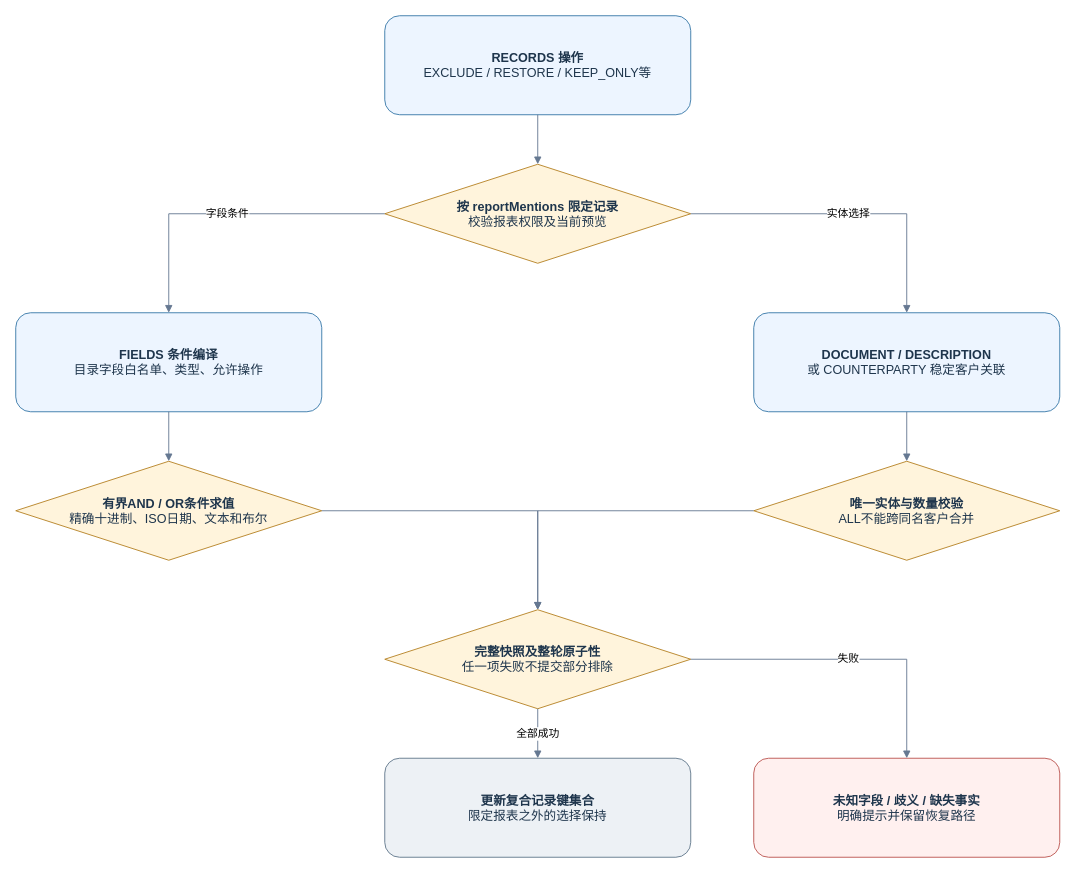
Above: page "03 配置字段与实体选择" (3 of 12) of docs/diagrams/demo-final/demo-final.drawio in QSZJAVA/agent_demo (draw.io), before the change. Source tidied: cells renumbered, new cells numbered last; positions are measured from the earlier drawing's top-left corner, leaving out a move shared by most shapes. Both pictures are drawn from the tidied source at 90%, with x=0, y=0 at pixel (15, 15).
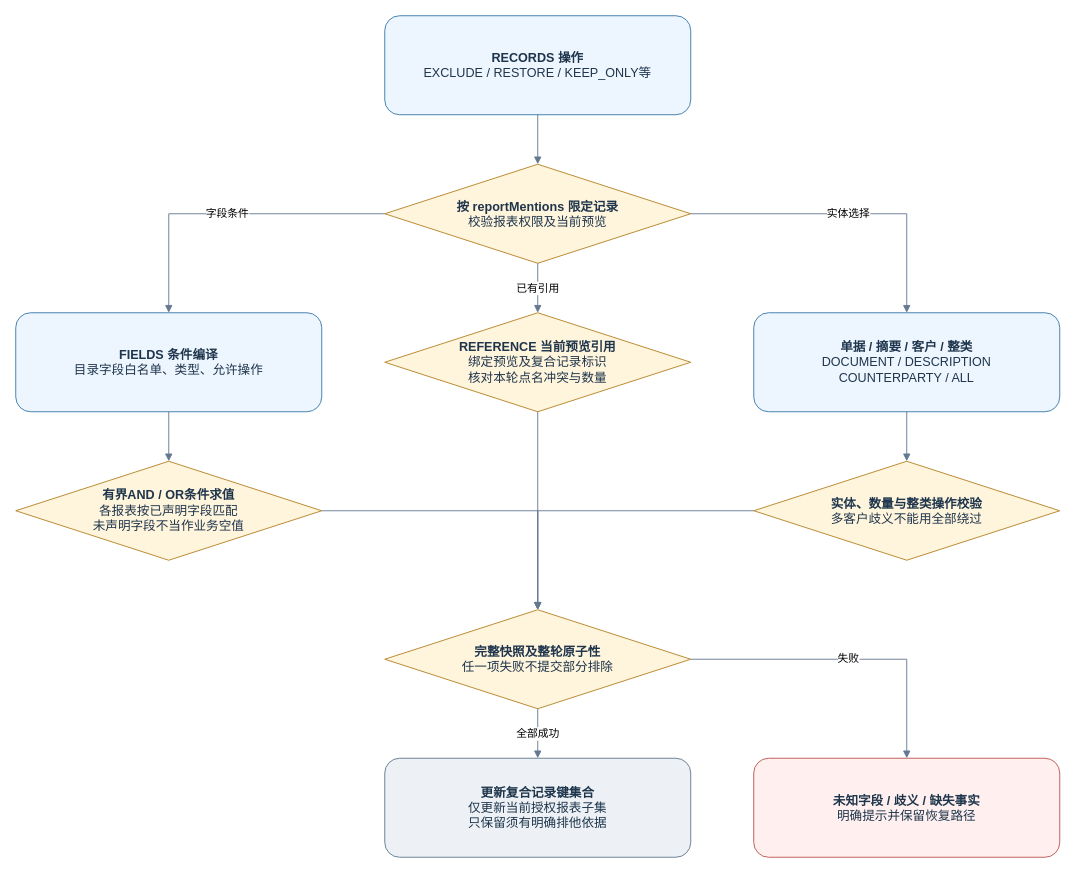
The same diagram, later.

The change refers to these unchanged cells:
```xml
<mxCell id="3" value="&lt;b&gt;按 reportMentions 限定记录&lt;/b&gt;&lt;br&gt;校验报表权限及当前预览" style="rhombus;whiteSpace=wrap;html=1;fillColor=#fff4dc;strokeColor=#b58022;fontColor=#1e354c;fontFamily=Microsoft YaHei;fontSize=14;" parent="1" vertex="1">
  <mxGeometry x="410" y="165" width="340" height="110" as="geometry" />
</mxCell>
<mxCell id="8" value="&lt;b&gt;完整快照及整轮原子性&lt;/b&gt;&lt;br&gt;任一项失败不提交部分排除" style="rhombus;whiteSpace=wrap;html=1;fillColor=#fff4dc;strokeColor=#b58022;fontColor=#1e354c;fontFamily=Microsoft YaHei;fontSize=14;" parent="1" vertex="1">
  <mxGeometry x="410" y="660" width="340" height="110" as="geometry" />
</mxCell>
```

What changed in the source:
```diff
@@
-    <mxCell id="5" value="&lt;b&gt;DOCUMENT / DESCRIPTION&lt;/b&gt;&lt;br&gt;或 COUNTERPARTY 稳定客户关联" style="rounded=1;whiteSpace=wrap;html=1;fillColor=#edf5ff;strokeColor=#3778a8;fontColor=#1e354c;fontFamily=Microsoft YaHei;fontSize=14;" parent="1" vertex="1">
+    <mxCell id="5" value="&lt;b&gt;单据 / 摘要 / 客户 / 整类&lt;/b&gt;&lt;br&gt;DOCUMENT / DESCRIPTION&lt;br&gt;COUNTERPARTY / ALL" style="rounded=1;whiteSpace=wrap;html=1;fillColor=#edf5ff;strokeColor=#3778a8;fontColor=#1e354c;fontFamily=Microsoft YaHei;fontSize=14;" parent="1" vertex="1">
       <mxGeometry x="820" y="330" width="340" height="110" as="geometry" />
     </mxCell>
-    <mxCell id="6" value="&lt;b&gt;有界AND / OR条件求值&lt;/b&gt;&lt;br&gt;精确十进制、ISO日期、文本和布尔" style="rhombus;whiteSpace=wrap;html=1;fillColor=#fff4dc;strokeColor=#b58022;fontColor=#1e354c;fontFamily=Microsoft YaHei;fontSize=14;" parent="1" vertex="1">
+    <mxCell id="6" value="&lt;b&gt;有界AND / OR条件求值&lt;/b&gt;&lt;br&gt;各报表按已声明字段匹配&lt;br&gt;未声明字段不当作业务空值" style="rhombus;whiteSpace=wrap;html=1;fillColor=#fff4dc;strokeColor=#b58022;fontColor=#1e354c;fontFamily=Microsoft YaHei;fontSize=14;" parent="1" vertex="1">
       <mxGeometry y="495" width="340" height="110" as="geometry" />
     </mxCell>
-    <mxCell id="7" value="&lt;b&gt;唯一实体与数量校验&lt;/b&gt;&lt;br&gt;ALL不能跨同名客户合并" style="rhombus;whiteSpace=wrap;html=1;fillColor=#fff4dc;strokeColor=#b58022;fontColor=#1e354c;fontFamily=Microsoft YaHei;fontSize=14;" parent="1" vertex="1">
+    <mxCell id="7" value="&lt;b&gt;实体、数量与整类操作校验&lt;/b&gt;&lt;br&gt;多客户歧义不能用全部绕过" style="rhombus;whiteSpace=wrap;html=1;fillColor=#fff4dc;strokeColor=#b58022;fontColor=#1e354c;fontFamily=Microsoft YaHei;fontSize=14;" parent="1" vertex="1">
       <mxGeometry x="820" y="495" width="340" height="110" as="geometry" />
     </mxCell>
@@
-    <mxCell id="9" value="&lt;b&gt;更新复合记录键集合&lt;/b&gt;&lt;br&gt;限定报表之外的选择保持" style="rounded=1;whiteSpace=wrap;html=1;fillColor=#edf1f5;strokeColor=#60768b;fontColor=#1e354c;fontFamily=Microsoft YaHei;fontSize=14;" parent="1" vertex="1">
+    <mxCell id="9" value="&lt;b&gt;更新复合记录键集合&lt;/b&gt;&lt;br&gt;仅更新当前授权报表子集&lt;br&gt;只保留须有明确排他依据" style="rounded=1;whiteSpace=wrap;html=1;fillColor=#edf1f5;strokeColor=#60768b;fontColor=#1e354c;fontFamily=Microsoft YaHei;fontSize=14;" parent="1" vertex="1">
       <mxGeometry x="410" y="825" width="340" height="110" as="geometry" />
     </mxCell>
@@
+    <mxCell id="20" value="&lt;b&gt;REFERENCE 当前预览引用&lt;/b&gt;&lt;br&gt;绑定预览及复合记录标识&lt;br&gt;核对本轮点名冲突与数量" style="rhombus;whiteSpace=wrap;html=1;fillColor=#fff4dc;strokeColor=#b58022;fontColor=#1e354c;fontFamily=Microsoft YaHei;fontSize=14;" parent="1" vertex="1">
+      <mxGeometry x="410" y="330" width="340" height="110" as="geometry" />
+    </mxCell>
@@
+    <mxCell id="21" value="已有引用" style="edgeStyle=orthogonalEdgeStyle;rounded=0;html=1;endArrow=block;endFill=1;strokeColor=#657891;fontFamily=Microsoft YaHei;fontSize=12;" parent="1" edge="1" source="3" target="20">
+      <mxGeometry relative="1" as="geometry" />
+    </mxCell>
+    <mxCell id="22" style="edgeStyle=orthogonalEdgeStyle;rounded=0;html=1;endArrow=block;endFill=1;strokeColor=#657891;fontFamily=Microsoft YaHei;fontSize=12;" parent="1" edge="1" source="20" target="8">
+      <mxGeometry relative="1" as="geometry" />
+    </mxCell>
```
